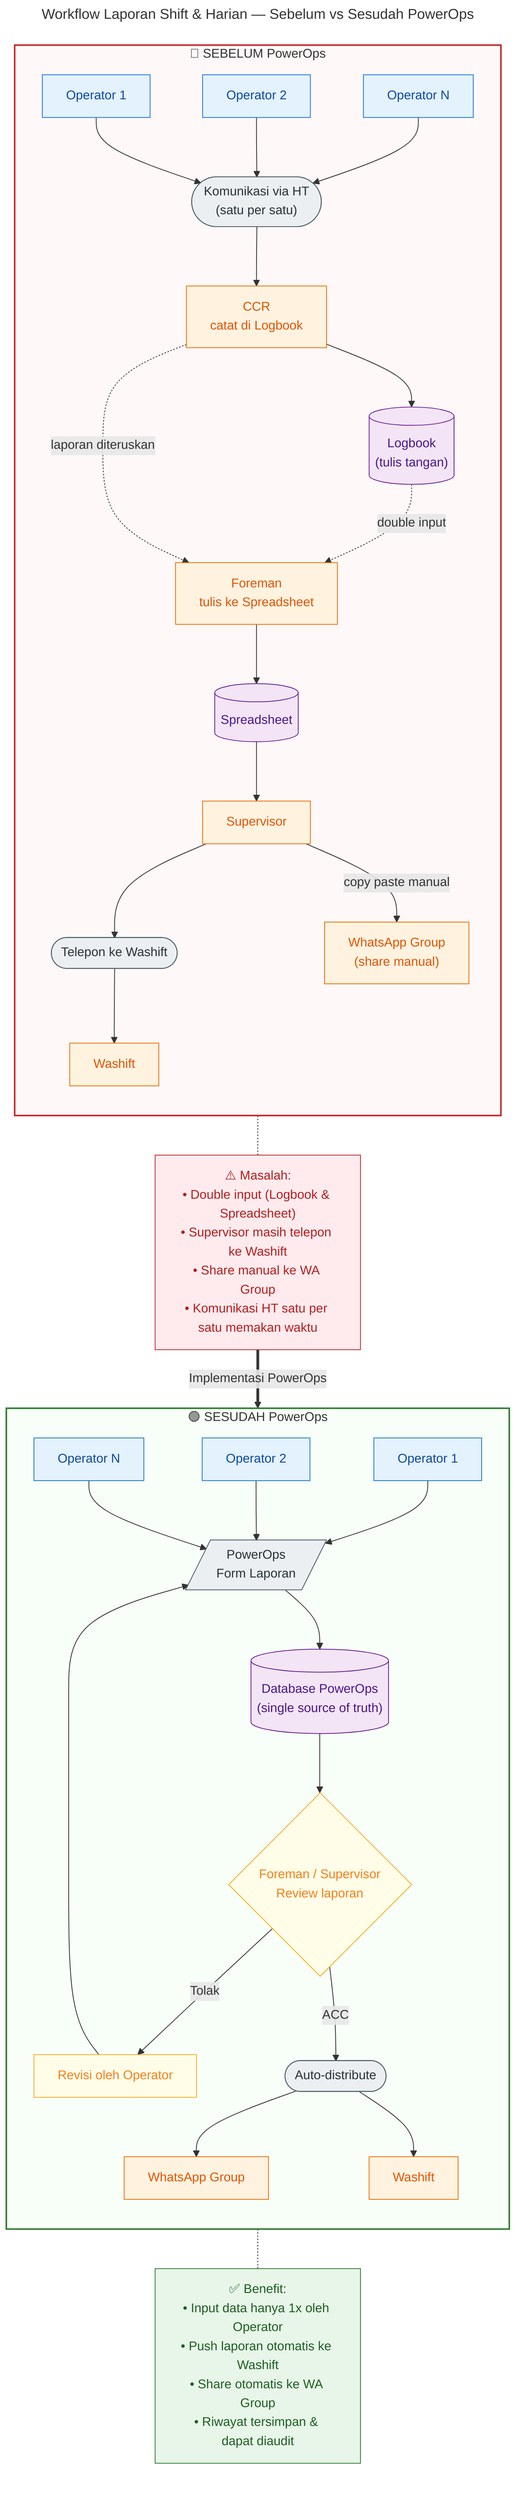
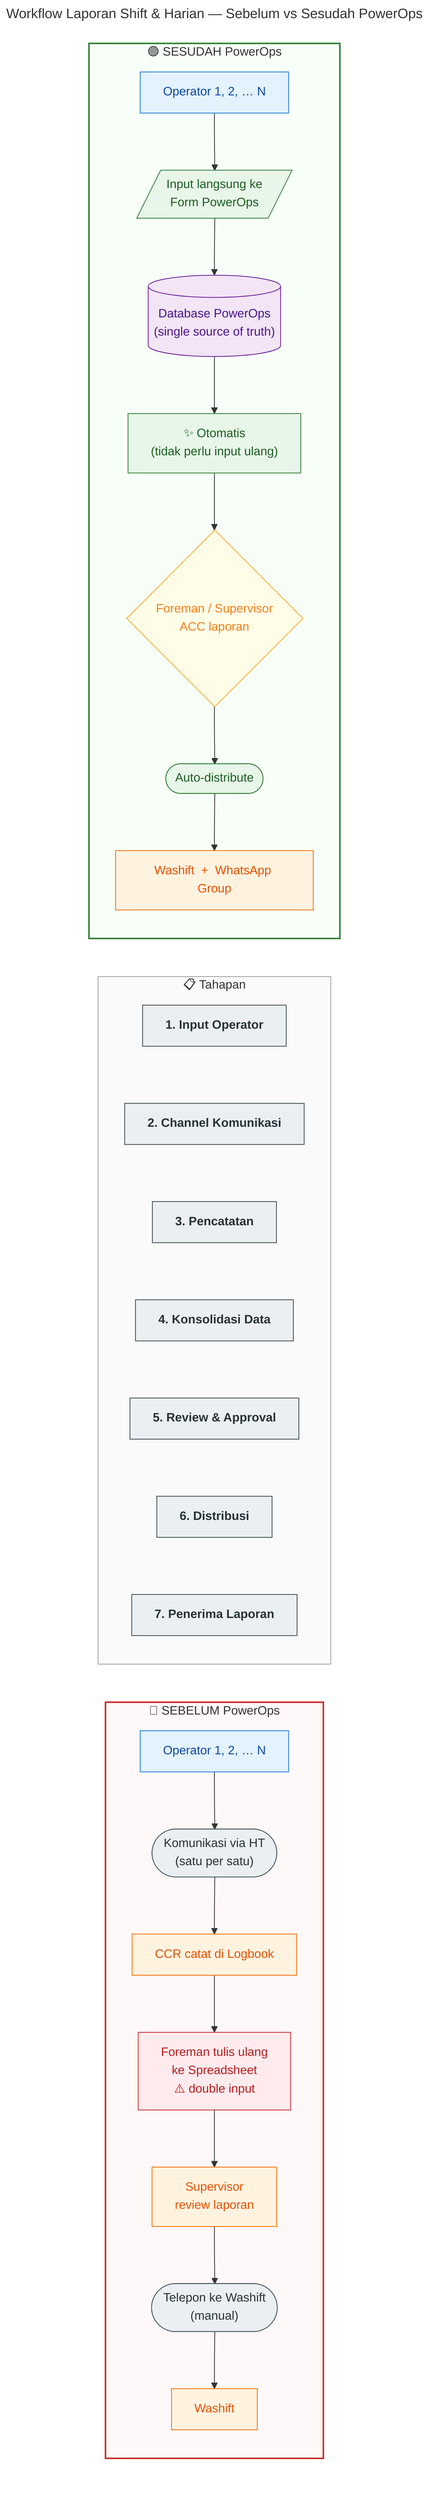
---
title: Workflow Laporan Shift & Harian — Sebelum vs Sesudah PowerOps
---
flowchart TB

- %% ============== SEBELUM ==============
+ %% ============== SEBELUM (kolom kiri) ==============
subgraph BEFORE["🔴 SEBELUM PowerOps"]
    direction TB
-     OP1B["Operator 1"]
-     OP2B["Operator 2"]
-     OPNB["Operator N"]
+     OP_B["Operator 1, 2, … N"]
    HT(["Komunikasi via HT<br/>(satu per satu)"])
-     CCRB["CCR<br/>catat di Logbook"]
-     LOG[("Logbook<br/>(tulis tangan)")]
-     FOREB["Foreman<br/>tulis ke Spreadsheet"]
-     SS[("Spreadsheet")]
-     SUPB["Supervisor"]
-     TEL(["Telepon ke Washift"])
+     CCRB["CCR catat di Logbook"]
+     FOREB["Foreman tulis ulang<br/>ke Spreadsheet<br/>⚠️ double input"]
+     SUPB["Supervisor<br/>review laporan"]
+     TEL(["Telepon ke Washift<br/>(manual)"])
    WAB["Washift"]
-     WAG1["WhatsApp Group<br/>(share manual)"]

-     OP1B --> HT
-     OP2B --> HT
-     OPNB --> HT
-     HT --> CCRB
-     CCRB --> LOG
-     CCRB -.->|"laporan diteruskan"| FOREB
-     LOG -.->|"double input"| FOREB
-     FOREB --> SS
-     SS --> SUPB
-     SUPB --> TEL --> WAB
-     SUPB -->|"copy paste manual"| WAG1
+     OP_B --> HT --> CCRB --> FOREB --> SUPB --> TEL --> WAB
end

- NOTEB["⚠️ Masalah:<br/>• Double input (Logbook & Spreadsheet)<br/>• Supervisor masih telepon ke Washift<br/>• Share manual ke WA Group<br/>• Komunikasi HT satu per satu memakan waktu"]
- BEFORE -.- NOTEB
+ %% ============== TAHAPAN (kolom tengah) ==============
+ subgraph STAGES["📋 Tahapan"]
+     direction TB
+     T1["1. Input Operator"]
+     T2["2. Channel Komunikasi"]
+     T3["3. Pencatatan"]
+     T4["4. Konsolidasi Data"]
+     T5["5. Review &amp; Approval"]
+     T6["6. Distribusi"]
+     T7["7. Penerima Laporan"]

- %% ============== SEPARATOR ==============
- NOTEB ==>|"Implementasi PowerOps"| AFTER
+     T1 ~~~ T2 ~~~ T3 ~~~ T4 ~~~ T5 ~~~ T6 ~~~ T7
+ end

- %% ============== SESUDAH ==============
+ %% ============== SESUDAH (kolom kanan) ==============
subgraph AFTER["🟢 SESUDAH PowerOps"]
    direction TB
-     OP1A["Operator 1"]
-     OP2A["Operator 2"]
-     OPNA["Operator N"]
-     PO[/"PowerOps<br/>Form Laporan"/]
+     OP_A["Operator 1, 2, … N"]
+     PO[/"Input langsung ke<br/>Form PowerOps"/]
    DB[("Database PowerOps<br/>(single source of truth)")]
-     REVIEW{"Foreman / Supervisor<br/>Review laporan"}
-     REVISI["Revisi oleh Operator"]
+     SKIP["✨ Otomatis<br/>(tidak perlu input ulang)"]
+     REVIEW{"Foreman / Supervisor<br/>ACC laporan"}
    AUTO(["Auto-distribute"])
-     WAGA["WhatsApp Group"]
-     WAA["Washift"]
+     RECV["Washift &nbsp;+&nbsp; WhatsApp Group"]

-     OP1A --> PO
-     OP2A --> PO
-     OPNA --> PO
-     PO --> DB
-     DB --> REVIEW
-     REVIEW -- "Tolak" --> REVISI --> PO
-     REVIEW -- "ACC" --> AUTO
-     AUTO --> WAGA
-     AUTO --> WAA
+     OP_A --> PO --> DB --> SKIP --> REVIEW --> AUTO --> RECV
end

- NOTEA["✅ Benefit:<br/>• Input data hanya 1x oleh Operator<br/>• Push laporan otomatis ke Washift<br/>• Share otomatis ke WA Group<br/>• Riwayat tersimpan & dapat diaudit"]
- AFTER -.- NOTEA
+ %% ============== ALIGN per tahap (invisible links) ==============
+ OP_A ~~~ T1 ~~~ OP_B
+ PO   ~~~ T2 ~~~ HT
+ DB   ~~~ T3 ~~~ CCRB
+ SKIP ~~~ T4 ~~~ FOREB
+ REVIEW ~~~ T5 ~~~ SUPB
+ AUTO ~~~ T6 ~~~ TEL
+ RECV ~~~ T7 ~~~ WAB

%% ============== STYLING ==============
+ classDef stageNode fill:#ECEFF1,stroke:#37474F,color:#263238,font-weight:bold;
classDef opNode fill:#E3F2FD,stroke:#1976D2,color:#0D47A1;
classDef sysNode fill:#FFF3E0,stroke:#EF6C00,color:#E65100;
classDef storeNode fill:#F3E5F5,stroke:#6A1B9A,color:#4A148C;
classDef reviewNode fill:#FFFDE7,stroke:#F9A825,color:#F57F17;
- classDef alertNode fill:#FFEBEE,stroke:#C62828,color:#B71C1C;
- classDef benefitNode fill:#E8F5E9,stroke:#2E7D32,color:#1B5E20;
classDef commNode fill:#ECEFF1,stroke:#455A64,color:#263238;
+ classDef autoNode fill:#E8F5E9,stroke:#2E7D32,color:#1B5E20;
+ classDef warnNode fill:#FFEBEE,stroke:#C62828,color:#B71C1C;

- class OP1B,OP2B,OPNB,OP1A,OP2A,OPNA opNode;
- class CCRB,FOREB,SUPB,WAB,WAA,WAGA,WAG1 sysNode;
- class LOG,SS,DB storeNode;
- class REVIEW,REVISI reviewNode;
- class HT,TEL,AUTO,PO commNode;
- class NOTEB alertNode;
- class NOTEA benefitNode;
+ class T1,T2,T3,T4,T5,T6,T7 stageNode;
+ class OP_B,OP_A opNode;
+ class CCRB,SUPB,WAB,RECV sysNode;
+ class FOREB warnNode;
+ class DB storeNode;
+ class REVIEW reviewNode;
+ class HT,TEL commNode;
+ class PO,AUTO,SKIP autoNode;

style BEFORE fill:#FFF8F8,stroke:#C62828,stroke-width:2px;
style AFTER fill:#F8FFF8,stroke:#2E7D32,stroke-width:2px;
+ style STAGES fill:#FAFAFA,stroke:#9E9E9E,stroke-width:1px;
